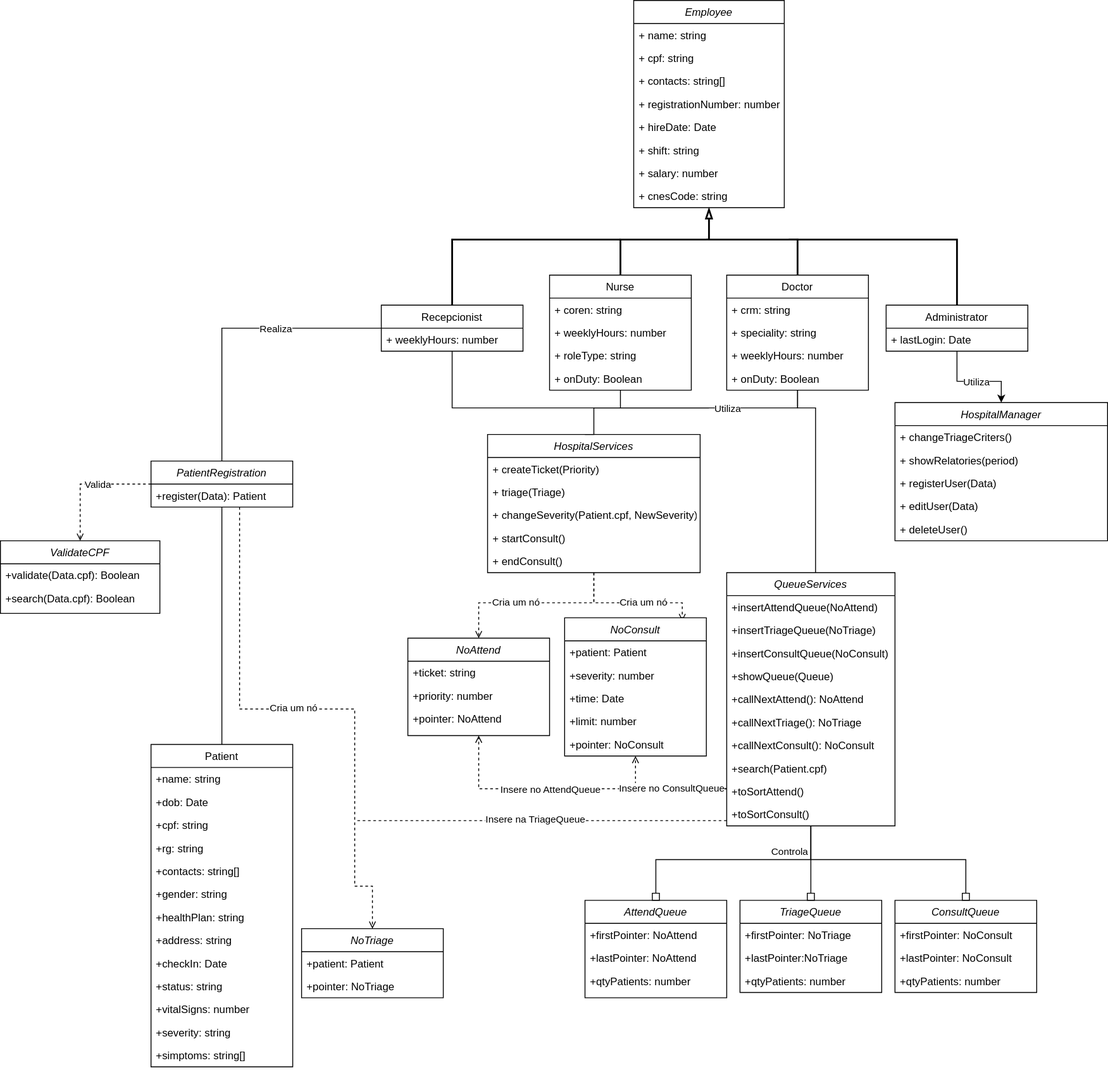
This is diagramas/DiagramaDeClasse.drawio.svg from Zidan-09/ProjetoInterdiciplinar_GdF, a draw.io export, as it was before one commit. Source tidied: cells renumbered, new cells last; positions are measured from the earlier drawing's top-left corner, leaving out a move shared by most shapes.
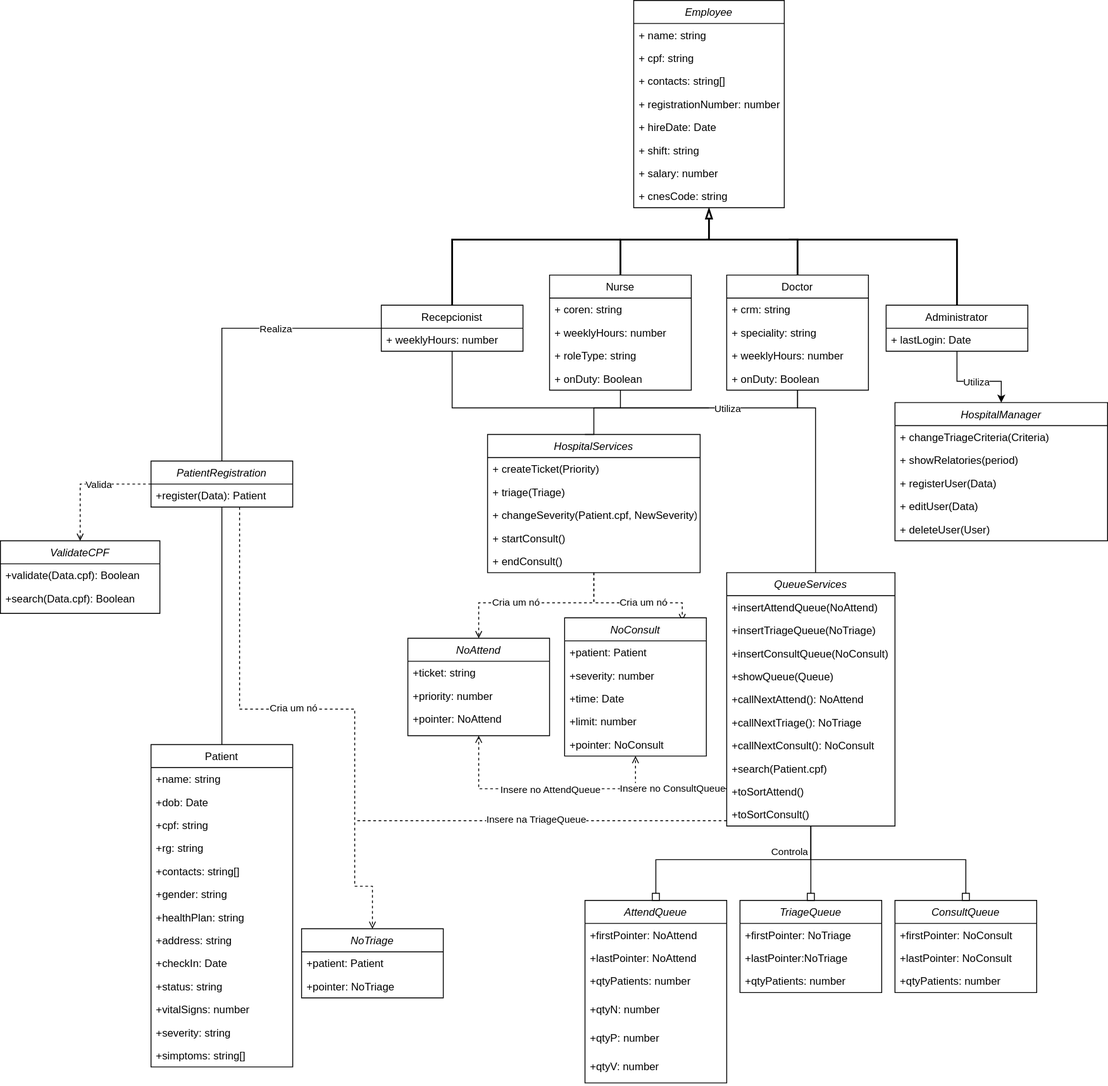
Later version of the same file.

Commit message:
Novos Diagramas

Change to the diagram source:
```diff
@@ -196,7 +196,7 @@
       <mxGeometry y="338" width="160" height="26" as="geometry" />
     </mxCell>
     <mxCell id="50" value="AttendQueue" style="swimlane;fontStyle=2;align=center;verticalAlign=top;horizontal=1;startSize=26;rounded=0;shadow=0;strokeWidth=1;" parent="1" vertex="1">
-      <mxGeometry x="660" y="1016" width="160" height="110" as="geometry" />
+      <mxGeometry x="660" y="1016" width="160" height="206" as="geometry" />
     </mxCell>
     <mxCell id="51" value="+firstPointer: NoAttend" style="text;align=left;verticalAlign=top;spacingLeft=4;spacingRight=4;overflow=hidden;" parent="50" vertex="1">
       <mxGeometry y="26" width="160" height="26" as="geometry" />
@@ -207,6 +207,15 @@
     <mxCell id="53" value="+qtyPatients: number" style="text;align=left;verticalAlign=top;spacingLeft=4;spacingRight=4;overflow=hidden;rounded=0;shadow=0;html=0;" parent="50" vertex="1">
       <mxGeometry y="78" width="160" height="32" as="geometry" />
     </mxCell>
+    <mxCell id="124" value="+qtyN: number" style="text;align=left;verticalAlign=top;spacingLeft=4;spacingRight=4;overflow=hidden;rounded=0;shadow=0;html=0;" parent="50" vertex="1">
+      <mxGeometry y="110" width="160" height="32" as="geometry" />
+    </mxCell>
+    <mxCell id="125" value="+qtyP: number" style="text;align=left;verticalAlign=top;spacingLeft=4;spacingRight=4;overflow=hidden;rounded=0;shadow=0;html=0;" parent="50" vertex="1">
+      <mxGeometry y="142" width="160" height="32" as="geometry" />
+    </mxCell>
+    <mxCell id="126" value="+qtyV: number" style="text;align=left;verticalAlign=top;spacingLeft=4;spacingRight=4;overflow=hidden;rounded=0;shadow=0;html=0;" parent="50" vertex="1">
+      <mxGeometry y="174" width="160" height="32" as="geometry" />
+    </mxCell>
     <mxCell id="54" value="TriageQueue" style="swimlane;fontStyle=2;align=center;verticalAlign=top;horizontal=1;startSize=26;rounded=0;shadow=0;strokeWidth=1;" parent="1" vertex="1">
       <mxGeometry x="835" y="1016" width="160" height="104" as="geometry" />
     </mxCell>
@@ -468,7 +477,7 @@
     <mxCell id="118" value="HospitalManager" style="swimlane;fontStyle=2;align=center;verticalAlign=top;horizontal=1;startSize=26;rounded=0;shadow=0;strokeWidth=1;" parent="1" vertex="1">
       <mxGeometry x="1010" y="454" width="240" height="156" as="geometry" />
     </mxCell>
-    <mxCell id="119" value="+ changeTriageCriters()" style="text;align=left;verticalAlign=top;spacingLeft=4;spacingRight=4;overflow=hidden;" parent="118" vertex="1">
+    <mxCell id="119" value="+ changeTriageCriteria(Criteria)" style="text;align=left;verticalAlign=top;spacingLeft=4;spacingRight=4;overflow=hidden;" parent="118" vertex="1">
       <mxGeometry y="26" width="240" height="26" as="geometry" />
     </mxCell>
     <mxCell id="120" value="+ showRelatories(period)" style="text;align=left;verticalAlign=top;spacingLeft=4;spacingRight=4;overflow=hidden;" parent="118" vertex="1">
@@ -480,7 +489,7 @@
     <mxCell id="122" value="+ editUser(Data)" style="text;align=left;verticalAlign=top;spacingLeft=4;spacingRight=4;overflow=hidden;" parent="118" vertex="1">
       <mxGeometry y="104" width="240" height="26" as="geometry" />
     </mxCell>
-    <mxCell id="123" value="+ deleteUser()" style="text;align=left;verticalAlign=top;spacingLeft=4;spacingRight=4;overflow=hidden;" parent="118" vertex="1">
+    <mxCell id="123" value="+ deleteUser(User)" style="text;align=left;verticalAlign=top;spacingLeft=4;spacingRight=4;overflow=hidden;" parent="118" vertex="1">
       <mxGeometry y="130" width="240" height="26" as="geometry" />
     </mxCell>
   </root>
```
